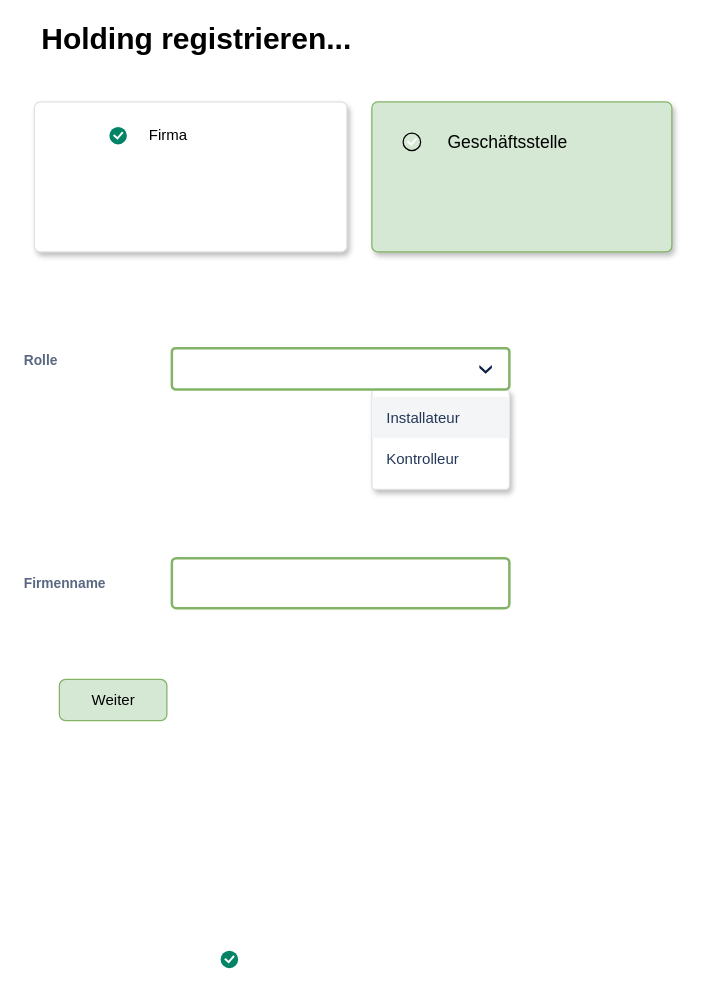
The draw.io diagram page "Registrierung GS" (8 of 10) of Masken Berechtigungen und Regsistrierung.drawio in mats68/next-gen-diagramm, before the edit. Source tidied: cells renumbered, new cells numbered last; positions are measured from the earlier drawing's top-left corner, leaving out a move shared by most shapes. Both pictures are drawn from the tidied source at 125%, with x=0, y=0 at pixel (21, 26).
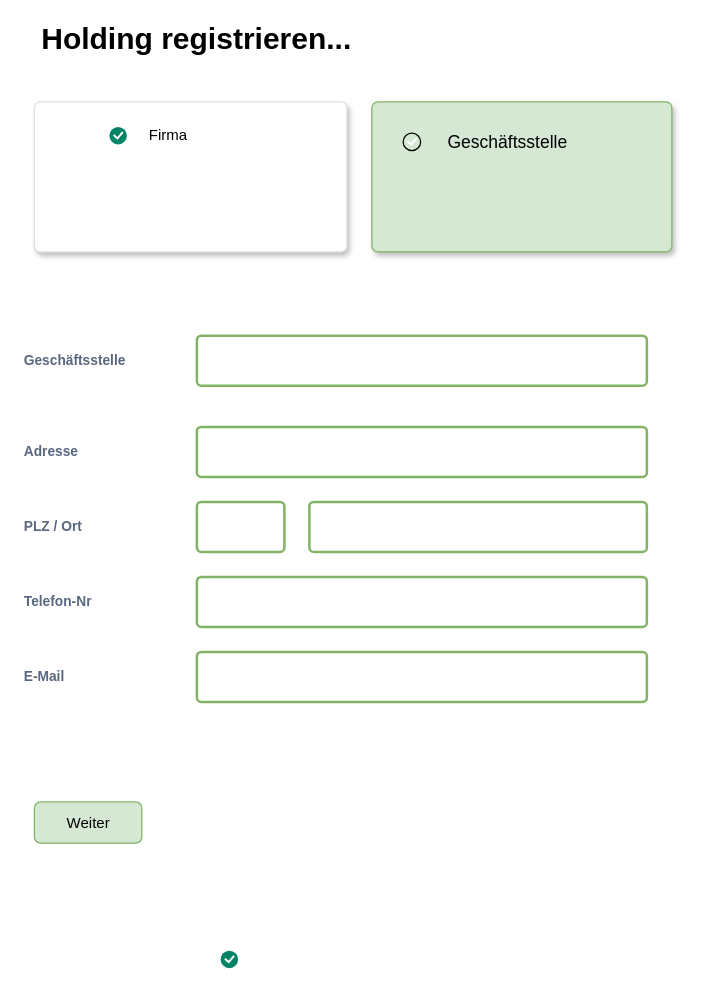
The same page after the edit.

Diff of the diagram source:
```diff
@@
-    <mxCell id="5" value="Rolle" style="fillColor=none;strokeColor=none;html=1;fontSize=11;fontStyle=0;align=left;fontColor=#596780;fontStyle=1;fontSize=11;" parent="1" vertex="1">
+    <mxCell id="5" value="Geschäftsstelle" style="fillColor=none;strokeColor=none;html=1;fontSize=11;fontStyle=0;align=left;fontColor=#596780;fontStyle=1;fontSize=11;" parent="1" vertex="1">
       <mxGeometry y="257" width="240" height="20" as="geometry" />
     </mxCell>
-    <mxCell id="6" style="rounded=1;fillColor=#ffffff;strokeColor=#DFE1E5;shadow=1;html=1;arcSize=4;" parent="1" vertex="1">
-      <mxGeometry x="280" y="290" width="110" height="80" as="geometry" />
-    </mxCell>
-    <mxCell id="7" value="Installateur" style="rounded=0;fillColor=#F4F5F7;strokeColor=none;shadow=0;html=1;align=left;fontSize=12;spacingLeft=10;fontColor=#253858;" parent="6" vertex="1">
-      <mxGeometry width="110" height="33" relative="1" as="geometry">
-        <mxPoint y="6" as="offset" />
-      </mxGeometry>
-    </mxCell>
-    <mxCell id="8" value="Kontrolleur" style="rounded=0;fillColor=none;strokeColor=none;shadow=0;html=1;align=left;fontSize=12;spacingLeft=10;fontColor=#253858;" parent="6" vertex="1">
-      <mxGeometry width="110" height="33" relative="1" as="geometry">
-        <mxPoint y="39" as="offset" />
-      </mxGeometry>
-    </mxCell>
-    <mxCell id="9" style="rounded=1;arcSize=9;strokeColor=#82b366;html=1;strokeWidth=2;spacingLeft=30;align=left;fillColor=none;" parent="1" vertex="1">
-      <mxGeometry x="120" y="257" width="270" height="33" as="geometry" />
-    </mxCell>
-    <mxCell id="10" style="shape=step;whiteSpace=wrap;html=1;rounded=0;strokeColor=none;strokeWidth=2;fillColor=#0A1E43;gradientColor=none;fontFamily=Verdana;fontSize=14;fontColor=#000000;align=left;direction=south;size=0.65;" parent="9" vertex="1">
-      <mxGeometry x="1" y="0.5" width="10" height="7" relative="1" as="geometry">
-        <mxPoint x="-24" y="-3" as="offset" />
-      </mxGeometry>
-    </mxCell>
-    <mxCell id="11" value="Firmenname" style="fillColor=none;strokeColor=none;html=1;fontSize=11;fontStyle=0;align=left;fontColor=#596780;fontStyle=1;fontSize=11;" parent="1" vertex="1">
-      <mxGeometry y="435" width="240" height="20" as="geometry" />
+    <mxCell id="11" value="Adresse" style="fillColor=none;strokeColor=none;html=1;fontSize=11;fontStyle=0;align=left;fontColor=#596780;fontStyle=1;fontSize=11;" parent="1" vertex="1">
+      <mxGeometry y="330" width="240" height="20" as="geometry" />
     </mxCell>
     <mxCell id="12" style="rounded=1;arcSize=9;align=left;spacingLeft=5;strokeColor=#82b366;html=1;strokeWidth=2;fontSize=12;fillColor=none;" parent="1" vertex="1">
-      <mxGeometry x="120" y="425" width="270" height="40" as="geometry" />
+      <mxGeometry x="140" y="247" width="360" height="40" as="geometry" />
     </mxCell>
     <mxCell id="13" value="Weiter" style="rounded=1;fillColor=#d5e8d4;align=center;strokeColor=#82b366;html=1;fontSize=12;" parent="1" vertex="1">
-      <mxGeometry x="30" y="522" width="86" height="33" as="geometry" />
+      <mxGeometry x="10" y="620" width="86" height="33" as="geometry" />
     </mxCell>
@@
+    <mxCell id="18" style="rounded=1;arcSize=9;align=left;spacingLeft=5;strokeColor=#82b366;html=1;strokeWidth=2;fontSize=12;fillColor=none;" parent="1" vertex="1">
+      <mxGeometry x="140" y="320" width="360" height="40" as="geometry" />
+    </mxCell>
+    <mxCell id="19" value="PLZ / Ort" style="fillColor=none;strokeColor=none;html=1;fontSize=11;fontStyle=0;align=left;fontColor=#596780;fontStyle=1;fontSize=11;" parent="1" vertex="1">
+      <mxGeometry y="390" width="240" height="20" as="geometry" />
+    </mxCell>
+    <mxCell id="20" style="rounded=1;arcSize=9;align=left;spacingLeft=5;strokeColor=#82b366;html=1;strokeWidth=2;fontSize=12;fillColor=none;" parent="1" vertex="1">
+      <mxGeometry x="140" y="380" width="70" height="40" as="geometry" />
+    </mxCell>
+    <mxCell id="21" style="rounded=1;arcSize=9;align=left;spacingLeft=5;strokeColor=#82b366;html=1;strokeWidth=2;fontSize=12;fillColor=none;" parent="1" vertex="1">
+      <mxGeometry x="230" y="380" width="270" height="40" as="geometry" />
+    </mxCell>
+    <mxCell id="22" value="Telefon-Nr" style="fillColor=none;strokeColor=none;html=1;fontSize=11;fontStyle=0;align=left;fontColor=#596780;fontStyle=1;fontSize=11;" parent="1" vertex="1">
+      <mxGeometry y="450" width="210" height="20" as="geometry" />
+    </mxCell>
+    <mxCell id="23" style="rounded=1;arcSize=9;align=left;spacingLeft=5;strokeColor=#82b366;html=1;strokeWidth=2;fontSize=12;fillColor=none;" parent="1" vertex="1">
+      <mxGeometry x="140" y="440" width="360" height="40" as="geometry" />
+    </mxCell>
+    <mxCell id="24" value="E-Mail" style="fillColor=none;strokeColor=none;html=1;fontSize=11;fontStyle=0;align=left;fontColor=#596780;fontStyle=1;fontSize=11;" parent="1" vertex="1">
+      <mxGeometry y="510" width="210" height="20" as="geometry" />
+    </mxCell>
+    <mxCell id="25" style="rounded=1;arcSize=9;align=left;spacingLeft=5;strokeColor=#82b366;html=1;strokeWidth=2;fontSize=12;fillColor=none;" parent="1" vertex="1">
+      <mxGeometry x="140" y="500" width="360" height="40" as="geometry" />
+    </mxCell>
```
